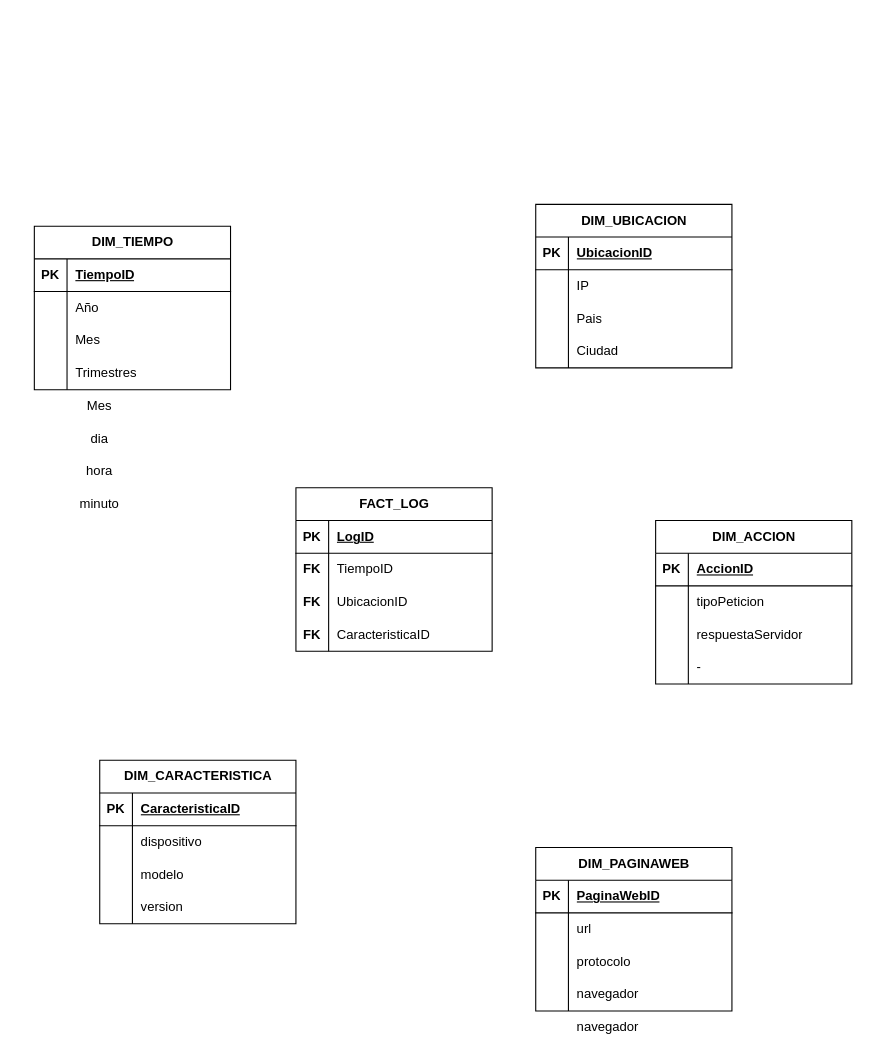
Before: apache_log.drawio in itslourdes/lourdesvaca, a draw.io diagram. Source tidied: cells renumbered, new cells numbered last; positions are measured from the earlier drawing's top-left corner, leaving out a move shared by most shapes. Both pictures are drawn from the tidied source at 109%, with x=0, y=0 at pixel (34, 204).
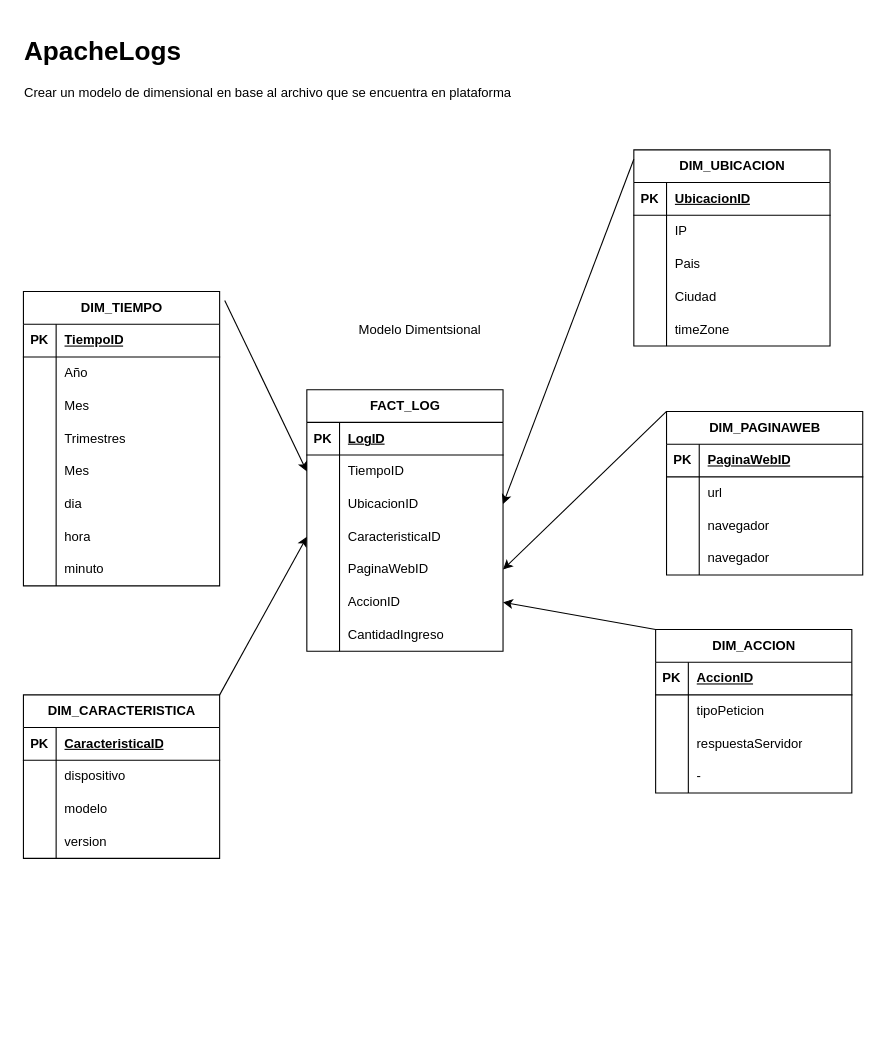
After the change.

The change refers to these unchanged cells:
```xml
<mxCell id="19" style="shape=tableRow;horizontal=0;startSize=0;swimlaneHead=0;swimlaneBody=0;fillColor=none;points=[[0,0.5],[1,0.5]];portConstraint=eastwest;top=0;left=0;right=0;bottom=0;" parent="15" vertex="1">
  <mxGeometry y="60" width="180" height="30" as="geometry" />
</mxCell>
<mxCell id="22" style="shape=tableRow;horizontal=0;startSize=0;swimlaneHead=0;swimlaneBody=0;fillColor=none;points=[[0,0.5],[1,0.5]];portConstraint=eastwest;top=0;left=0;right=0;bottom=0;" parent="15" vertex="1">
  <mxGeometry y="90" width="180" height="30" as="geometry" />
</mxCell>
<mxCell id="25" style="shape=tableRow;horizontal=0;startSize=0;swimlaneHead=0;swimlaneBody=0;fillColor=none;points=[[0,0.5],[1,0.5]];portConstraint=eastwest;top=0;left=0;right=0;bottom=0;" parent="15" vertex="1">
  <mxGeometry y="120" width="180" height="30" as="geometry" />
</mxCell>
<mxCell id="81" style="shape=tableRow;horizontal=0;startSize=0;swimlaneHead=0;swimlaneBody=0;fillColor=none;top=0;left=0;right=0;bottom=0;" parent="74" vertex="1">
  <mxGeometry y="90" width="180" height="30" as="geometry" />
</mxCell>
```

What changed in the source:
```diff
@@
     <mxCell id="2" value="DIM_TIEMPO" style="shape=table;startSize=30;childLayout=tableLayout;rowLines=0;fontStyle=1;align=center;html=1;" parent="1" vertex="1">
-      <mxGeometry y="20" width="180" height="150" as="geometry" />
+      <mxGeometry x="-10" y="80" width="180" height="270" as="geometry" />
     </mxCell>
@@
+    <mxCell id="88" style="shape=tableRow;horizontal=0;startSize=0;swimlaneHead=0;swimlaneBody=0;fillColor=none;top=0;left=0;right=0;bottom=0;" parent="2" vertex="1">
+      <mxGeometry y="150" width="180" height="30" as="geometry" />
+    </mxCell>
+    <mxCell id="89" style="shape=partialRectangle;fillColor=none;top=0;left=0;bottom=0;right=0;overflow=hidden;whiteSpace=wrap;html=1;" parent="88" vertex="1">
+      <mxGeometry width="30" height="30" as="geometry" />
+    </mxCell>
+    <mxCell id="28" value="Mes" style="shape=partialRectangle;fillColor=none;top=0;left=0;bottom=0;right=0;align=left;spacingLeft=6;overflow=hidden;whiteSpace=wrap;html=1;" parent="88" vertex="1">
+      <mxGeometry x="30" width="150" height="30" as="geometry" />
+    </mxCell>
+    <mxCell id="90" style="shape=tableRow;horizontal=0;startSize=0;swimlaneHead=0;swimlaneBody=0;fillColor=none;top=0;left=0;right=0;bottom=0;" parent="2" vertex="1">
+      <mxGeometry y="180" width="180" height="30" as="geometry" />
+    </mxCell>
+    <mxCell id="91" style="shape=partialRectangle;fillColor=none;top=0;left=0;bottom=0;right=0;overflow=hidden;whiteSpace=wrap;html=1;" parent="90" vertex="1">
+      <mxGeometry width="30" height="30" as="geometry" />
+    </mxCell>
+    <mxCell id="29" value="dia" style="shape=partialRectangle;fillColor=none;top=0;left=0;bottom=0;right=0;align=left;spacingLeft=6;overflow=hidden;whiteSpace=wrap;html=1;" parent="90" vertex="1">
+      <mxGeometry x="30" width="150" height="30" as="geometry" />
+    </mxCell>
+    <mxCell id="92" style="shape=tableRow;horizontal=0;startSize=0;swimlaneHead=0;swimlaneBody=0;fillColor=none;top=0;left=0;right=0;bottom=0;" parent="2" vertex="1">
+      <mxGeometry y="210" width="180" height="30" as="geometry" />
+    </mxCell>
+    <mxCell id="93" style="shape=partialRectangle;fillColor=none;top=0;left=0;bottom=0;right=0;overflow=hidden;whiteSpace=wrap;html=1;" parent="92" vertex="1">
+      <mxGeometry width="30" height="30" as="geometry" />
+    </mxCell>
+    <mxCell id="30" value="hora" style="shape=partialRectangle;fillColor=none;top=0;left=0;bottom=0;right=0;align=left;spacingLeft=6;overflow=hidden;whiteSpace=wrap;html=1;" parent="92" vertex="1">
+      <mxGeometry x="30" width="150" height="30" as="geometry" />
+    </mxCell>
+    <mxCell id="94" style="shape=tableRow;horizontal=0;startSize=0;swimlaneHead=0;swimlaneBody=0;fillColor=none;top=0;left=0;right=0;bottom=0;" parent="2" vertex="1">
+      <mxGeometry y="240" width="180" height="30" as="geometry" />
+    </mxCell>
+    <mxCell id="95" style="shape=partialRectangle;fillColor=none;top=0;left=0;bottom=0;right=0;overflow=hidden;whiteSpace=wrap;html=1;" parent="94" vertex="1">
+      <mxGeometry width="30" height="30" as="geometry" />
+    </mxCell>
+    <mxCell id="31" value="minuto" style="shape=partialRectangle;fillColor=none;top=0;left=0;bottom=0;right=0;align=left;spacingLeft=6;overflow=hidden;whiteSpace=wrap;html=1;" parent="94" vertex="1">
+      <mxGeometry x="30" width="150" height="30" as="geometry" />
+    </mxCell>
     <mxCell id="15" value="FACT_LOG" style="shape=table;startSize=30;childLayout=tableLayout;rowLines=0;fontStyle=1;align=center;html=1;" parent="1" vertex="1">
-      <mxGeometry x="240" y="260" width="180" height="150" as="geometry" />
+      <mxGeometry x="250" y="170" width="180" height="240" as="geometry" />
     </mxCell>
@@
-    <mxCell id="28" value="Mes" style="text;html=1;strokeColor=none;fillColor=none;align=center;verticalAlign=middle;whiteSpace=wrap;rounded=0;" parent="1" vertex="1">
-      <mxGeometry x="30" y="170" width="60" height="30" as="geometry" />
-    </mxCell>
-    <mxCell id="29" value="dia" style="text;html=1;strokeColor=none;fillColor=none;align=center;verticalAlign=middle;whiteSpace=wrap;rounded=0;" parent="1" vertex="1">
-      <mxGeometry x="30" y="200" width="60" height="30" as="geometry" />
-    </mxCell>
-    <mxCell id="30" value="hora" style="text;html=1;strokeColor=none;fillColor=none;align=center;verticalAlign=middle;whiteSpace=wrap;rounded=0;" parent="1" vertex="1">
-      <mxGeometry x="30" y="230" width="60" height="30" as="geometry" />
-    </mxCell>
-    <mxCell id="31" value="minuto" style="text;html=1;strokeColor=none;fillColor=none;align=center;verticalAlign=middle;whiteSpace=wrap;rounded=0;" parent="1" vertex="1">
-      <mxGeometry x="30" y="260" width="60" height="30" as="geometry" />
-    </mxCell>
-    <mxCell id="32" value="FK" style="shape=partialRectangle;fillColor=none;top=0;left=0;bottom=0;right=0;fontStyle=1;overflow=hidden;whiteSpace=wrap;html=1;" parent="1" vertex="1">
-      <mxGeometry x="240" y="320" width="30" height="30" as="geometry" />
-    </mxCell>
-    <mxCell id="33" value="FK" style="shape=partialRectangle;fillColor=none;top=0;left=0;bottom=0;right=0;fontStyle=1;overflow=hidden;whiteSpace=wrap;html=1;" parent="1" vertex="1">
-      <mxGeometry x="240" y="350" width="30" height="30" as="geometry" />
-    </mxCell>
-    <mxCell id="34" value="FK" style="shape=partialRectangle;fillColor=none;top=0;left=0;bottom=0;right=0;fontStyle=1;overflow=hidden;whiteSpace=wrap;html=1;" parent="1" vertex="1">
-      <mxGeometry x="240" y="380" width="30" height="30" as="geometry" />
-    </mxCell>
+    <mxCell id="96" style="shape=tableRow;horizontal=0;startSize=0;swimlaneHead=0;swimlaneBody=0;fillColor=none;points=[[0,0.5],[1,0.5]];portConstraint=eastwest;top=0;left=0;right=0;bottom=0;" parent="15" vertex="1">
+      <mxGeometry y="150" width="180" height="30" as="geometry" />
+    </mxCell>
+    <mxCell id="97" style="shape=partialRectangle;fillColor=none;top=0;left=0;bottom=0;right=0;overflow=hidden;whiteSpace=wrap;html=1;" parent="96" vertex="1">
+      <mxGeometry width="30" height="30" as="geometry" />
+    </mxCell>
+    <mxCell id="98" value="PaginaWebID" style="shape=partialRectangle;fillColor=none;top=0;left=0;bottom=0;right=0;align=left;spacingLeft=6;overflow=hidden;whiteSpace=wrap;html=1;" parent="96" vertex="1">
+      <mxGeometry x="30" width="150" height="30" as="geometry" />
+    </mxCell>
+    <mxCell id="99" style="shape=tableRow;horizontal=0;startSize=0;swimlaneHead=0;swimlaneBody=0;fillColor=none;points=[[0,0.5],[1,0.5]];portConstraint=eastwest;top=0;left=0;right=0;bottom=0;" parent="15" vertex="1">
+      <mxGeometry y="180" width="180" height="30" as="geometry" />
+    </mxCell>
+    <mxCell id="100" style="shape=partialRectangle;fillColor=none;top=0;left=0;bottom=0;right=0;overflow=hidden;whiteSpace=wrap;html=1;" parent="99" vertex="1">
+      <mxGeometry width="30" height="30" as="geometry" />
+    </mxCell>
+    <mxCell id="101" value="AccionID" style="shape=partialRectangle;fillColor=none;top=0;left=0;bottom=0;right=0;align=left;spacingLeft=6;overflow=hidden;whiteSpace=wrap;html=1;" parent="99" vertex="1">
+      <mxGeometry x="30" width="150" height="30" as="geometry" />
+    </mxCell>
+    <mxCell id="102" style="shape=tableRow;horizontal=0;startSize=0;swimlaneHead=0;swimlaneBody=0;fillColor=none;top=0;left=0;right=0;bottom=0;" parent="15" vertex="1">
+      <mxGeometry y="210" width="180" height="30" as="geometry" />
+    </mxCell>
+    <mxCell id="103" style="shape=partialRectangle;fillColor=none;top=0;left=0;bottom=0;right=0;overflow=hidden;whiteSpace=wrap;html=1;" parent="102" vertex="1">
+      <mxGeometry width="30" height="30" as="geometry" />
+    </mxCell>
+    <mxCell id="104" value="CantidadIngreso" style="shape=partialRectangle;fillColor=none;top=0;left=0;bottom=0;right=0;align=left;spacingLeft=6;overflow=hidden;whiteSpace=wrap;html=1;" parent="102" vertex="1">
+      <mxGeometry x="30" width="150" height="30" as="geometry" />
+    </mxCell>
     <mxCell id="35" value="DIM_UBICACION" style="shape=table;startSize=30;childLayout=tableLayout;rowLines=0;fontStyle=1;align=center;html=1;" parent="1" vertex="1">
-      <mxGeometry x="460" width="180" height="150" as="geometry" />
+      <mxGeometry x="550" y="-50" width="180" height="180" as="geometry" />
     </mxCell>
@@
+    <mxCell id="105" style="shape=tableRow;horizontal=0;startSize=0;swimlaneHead=0;swimlaneBody=0;fillColor=none;top=0;left=0;right=0;bottom=0;" parent="35" vertex="1">
+      <mxGeometry y="150" width="180" height="30" as="geometry" />
+    </mxCell>
+    <mxCell id="106" style="shape=partialRectangle;fillColor=none;top=0;left=0;bottom=0;right=0;overflow=hidden;whiteSpace=wrap;html=1;" parent="105" vertex="1">
+      <mxGeometry width="30" height="30" as="geometry" />
+    </mxCell>
+    <mxCell id="107" value="timeZone" style="shape=partialRectangle;fillColor=none;top=0;left=0;bottom=0;right=0;align=left;spacingLeft=6;overflow=hidden;whiteSpace=wrap;html=1;" parent="105" vertex="1">
+      <mxGeometry x="30" width="150" height="30" as="geometry" />
+    </mxCell>
     <mxCell id="48" value="DIM_ACCION" style="shape=table;startSize=30;childLayout=tableLayout;rowLines=0;fontStyle=1;align=center;html=1;" parent="1" vertex="1">
-      <mxGeometry x="570" y="290" width="180" height="150" as="geometry" />
+      <mxGeometry x="570" y="390" width="180" height="150" as="geometry" />
     </mxCell>
@@
     <mxCell id="61" value="DIM_CARACTERISTICA" style="shape=table;startSize=30;childLayout=tableLayout;rowLines=0;fontStyle=1;align=center;html=1;" parent="1" vertex="1">
-      <mxGeometry x="60" y="510" width="180" height="150" as="geometry" />
+      <mxGeometry x="-10" y="450" width="180" height="150" as="geometry" />
     </mxCell>
@@
     <mxCell id="74" value="DIM_PAGINAWEB" style="shape=table;startSize=30;childLayout=tableLayout;rowLines=0;fontStyle=1;align=center;html=1;" parent="1" vertex="1">
-      <mxGeometry x="460" y="590" width="180" height="150" as="geometry" />
+      <mxGeometry x="580" y="190" width="180" height="150" as="geometry" />
     </mxCell>
@@
-    <mxCell id="83" value="protocolo" style="shape=partialRectangle;fillColor=none;top=0;left=0;bottom=0;right=0;align=left;spacingLeft=6;overflow=hidden;whiteSpace=wrap;html=1;" parent="81" vertex="1">
+    <mxCell id="83" value="navegador" style="shape=partialRectangle;fillColor=none;top=0;left=0;bottom=0;right=0;align=left;spacingLeft=6;overflow=hidden;whiteSpace=wrap;html=1;" parent="81" vertex="1">
       <mxGeometry x="30" width="150" height="30" as="geometry" />
     </mxCell>
@@
-    <mxCell id="87" value="navegador" style="shape=partialRectangle;fillColor=none;top=0;left=0;bottom=0;right=0;align=left;spacingLeft=6;overflow=hidden;whiteSpace=wrap;html=1;" parent="1" vertex="1">
-      <mxGeometry x="490" y="740" width="150" height="30" as="geometry" />
-    </mxCell>
+    <mxCell id="108" style="endArrow=classic;html=1;rounded=0;exitX=1;exitY=0;exitDx=0;exitDy=0;entryX=0;entryY=0.5;entryDx=0;entryDy=0;" parent="1" edge="1" source="61" target="25">
+      <mxGeometry relative="1" as="geometry" />
+    </mxCell>
+    <mxCell id="109" style="endArrow=classic;html=1;rounded=0;exitX=1.026;exitY=0.03;exitDx=0;exitDy=0;exitPerimeter=0;entryX=0;entryY=0.5;entryDx=0;entryDy=0;" parent="1" edge="1" source="2" target="19">
+      <mxGeometry relative="1" as="geometry" />
+    </mxCell>
+    <mxCell id="110" style="endArrow=classic;html=1;rounded=0;exitX=0;exitY=0;exitDx=0;exitDy=0;entryX=1;entryY=0.5;entryDx=0;entryDy=0;" parent="1" edge="1" source="48" target="99">
+      <mxGeometry relative="1" as="geometry" />
+    </mxCell>
+    <mxCell id="111" style="endArrow=classic;html=1;rounded=0;exitX=0;exitY=0.048;exitDx=0;exitDy=0;exitPerimeter=0;entryX=1;entryY=0.5;entryDx=0;entryDy=0;" parent="1" edge="1" source="35" target="22">
+      <mxGeometry relative="1" as="geometry" />
+    </mxCell>
+    <mxCell id="112" style="endArrow=classic;html=1;rounded=0;exitX=0;exitY=0;exitDx=0;exitDy=0;entryX=1;entryY=0.5;entryDx=0;entryDy=0;" parent="1" edge="1" source="74" target="96">
+      <mxGeometry relative="1" as="geometry" />
+    </mxCell>
+    <mxCell id="113" value="Modelo Dimentsional" style="text;html=1;strokeColor=none;fillColor=none;align=center;verticalAlign=middle;whiteSpace=wrap;rounded=0;" parent="1" vertex="1">
+      <mxGeometry x="194" y="100" width="320" height="30" as="geometry" />
+    </mxCell>
+    <mxCell id="114" value="&lt;h1&gt;ApacheLogs&lt;/h1&gt;&lt;p&gt;Crear un modelo de dimensional en base al archivo que se encuentra en plataforma&lt;/p&gt;" style="text;html=1;strokeColor=none;fillColor=none;spacing=5;spacingTop=-20;whiteSpace=wrap;overflow=hidden;rounded=0;" parent="1" vertex="1">
+      <mxGeometry x="-14" y="-160" width="736" height="120" as="geometry" />
+    </mxCell>
```
